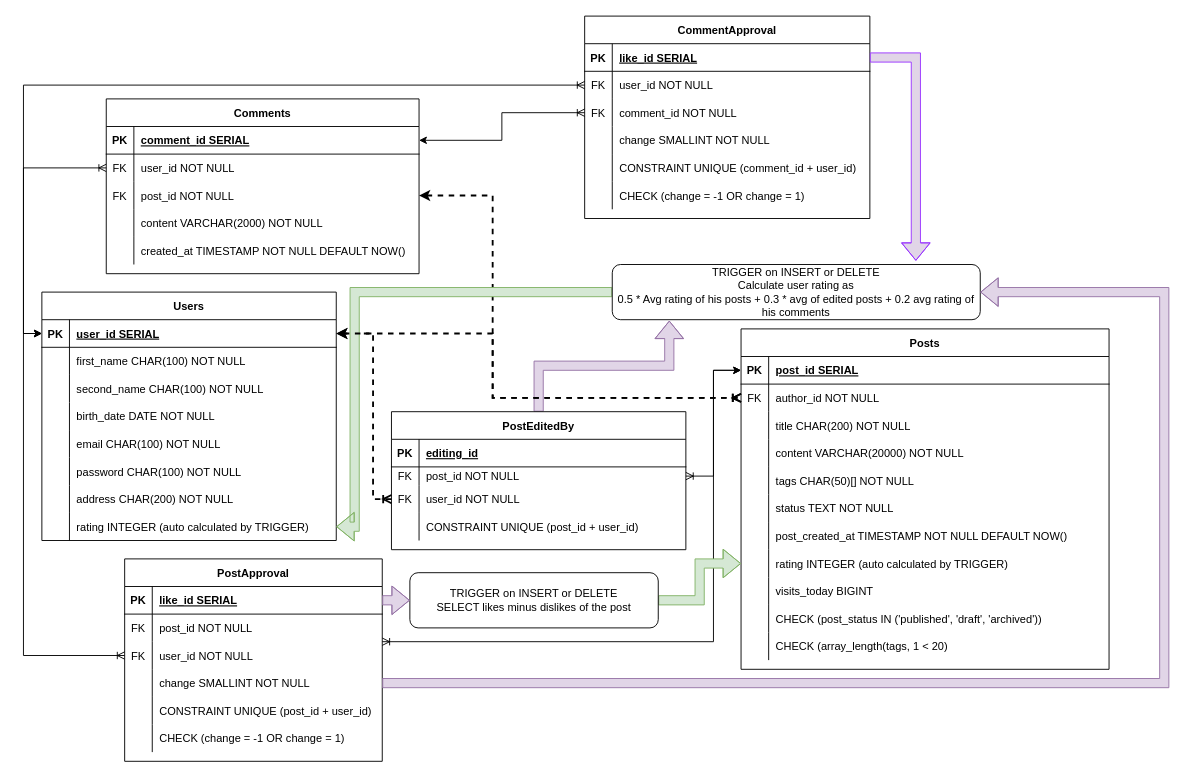
Before: src/psql/design.drawio in darklab8/darklab_training_postgresql, a draw.io diagram. Source tidied: cells renumbered, new cells numbered last; positions are measured from the earlier drawing's top-left corner, leaving out a move shared by most shapes. Both pictures are drawn from the tidied source at 92%, with x=0, y=0 at pixel (41, 16).
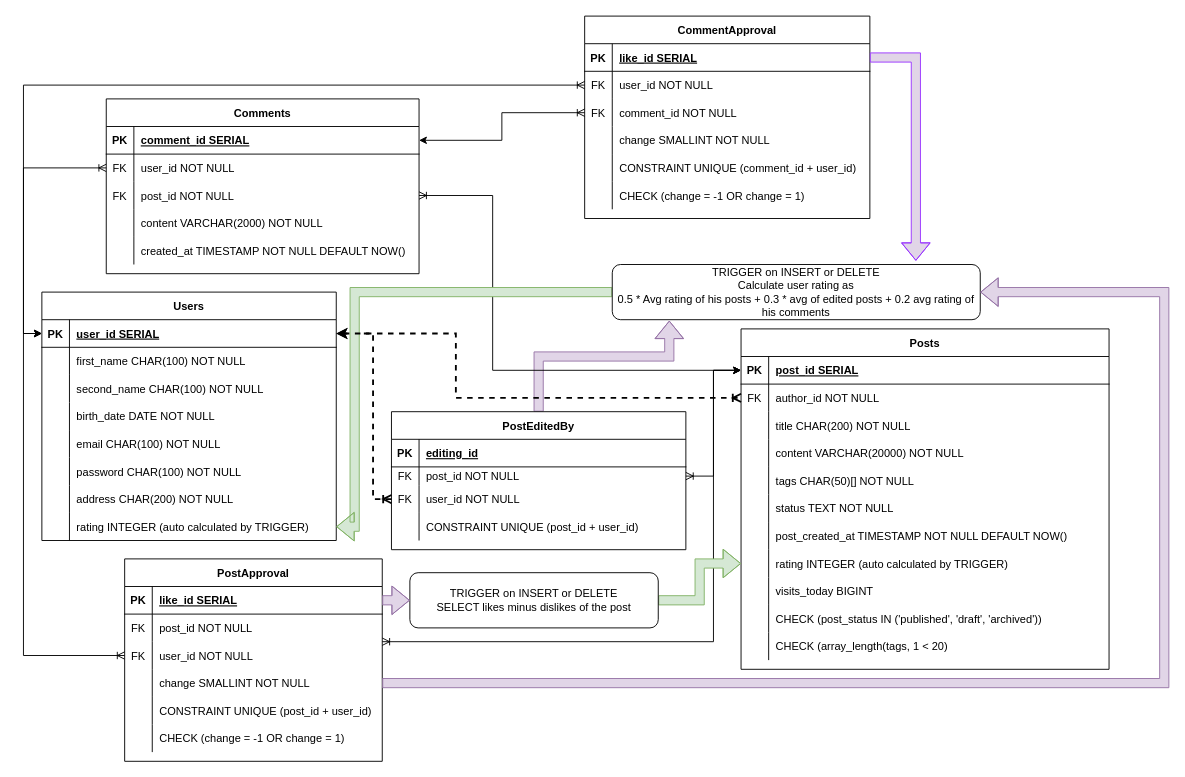
After the change.

The change refers to these unchanged cells:
```xml
<mxCell id="3" style="shape=partialRectangle;fillColor=none;points=[[0,0.5],[1,0.5]];portConstraint=eastwest;top=0;left=0;right=0;bottom=1;" parent="2" vertex="1">
  <mxGeometry y="30" width="320" height="30" as="geometry" />
</mxCell>
<mxCell id="28" style="shape=tableRow;horizontal=0;startSize=0;swimlaneHead=0;swimlaneBody=0;fillColor=none;points=[[0,0.5],[1,0.5]];portConstraint=eastwest;top=0;left=0;right=0;bottom=1;" parent="27" vertex="1">
  <mxGeometry y="30" width="400" height="30" as="geometry" />
</mxCell>
<mxCell id="31" style="shape=tableRow;horizontal=0;startSize=0;swimlaneHead=0;swimlaneBody=0;fillColor=none;points=[[0,0.5],[1,0.5]];portConstraint=eastwest;top=0;left=0;right=0;bottom=0;" parent="27" vertex="1">
  <mxGeometry y="60" width="400" height="30" as="geometry" />
</mxCell>
<mxCell id="89" style="shape=tableRow;horizontal=0;startSize=0;swimlaneHead=0;swimlaneBody=0;fillColor=none;points=[[0,0.5],[1,0.5]];portConstraint=eastwest;top=0;left=0;right=0;bottom=0;" parent="82" vertex="1">
  <mxGeometry y="90" width="340" height="30" as="geometry" />
</mxCell>
<mxCell id="120" value="PostEditedBy" style="shape=table;startSize=30;childLayout=tableLayout;rowLines=0;fontStyle=1;align=center;" parent="1" vertex="1">
  <mxGeometry x="380" y="430" width="320" height="150" as="geometry" />
</mxCell>
<mxCell id="141" value="TRIGGER on INSERT or DELETE&lt;br&gt;Calculate user rating as&lt;br&gt;0.5 * Avg rating of his posts + 0.3 * avg of edited posts + 0.2 avg rating of his comments" style="rounded=1;whiteSpace=wrap;html=1;" parent="1" vertex="1">
  <mxGeometry x="620" y="270" width="400" height="60" as="geometry" />
</mxCell>
```

Diff of the diagram source:
```diff
@@
     <mxCell id="119" style="edgeStyle=orthogonalEdgeStyle;shape=flexArrow;rounded=0;jettySize=auto;html=1;entryX=0.155;entryY=1.017;entryDx=0;entryDy=0;entryPerimeter=0;strokeColor=#9673a6;fillColor=#e1d5e7;" parent="1" edge="1" source="120" target="141">
-      <mxGeometry relative="1" as="geometry" />
+      <mxGeometry relative="1" as="geometry">
+        <Array as="points">
+          <mxPoint x="540" y="370" />
+          <mxPoint x="682" y="370" />
+        </Array>
+      </mxGeometry>
     </mxCell>
@@
-    <mxCell id="135" style="edgeStyle=orthogonalEdgeStyle;rounded=0;jumpStyle=none;jettySize=auto;html=1;startArrow=classic;startFill=1;endArrow=ERoneToMany;endFill=0;strokeWidth=2;dashed=1;" parent="1" edge="1" source="89">
+    <mxCell id="135" style="edgeStyle=orthogonalEdgeStyle;rounded=0;jumpStyle=none;jettySize=auto;html=1;startArrow=ERoneToMany;startFill=0;endArrow=classic;endFill=1;strokeWidth=1;entryX=0;entryY=0.5;entryDx=0;entryDy=0;" parent="1" edge="1" source="89" target="28">
       <mxGeometry relative="1" as="geometry">
-        <mxPoint x="760" y="415" as="targetPoint" />
         <Array as="points">
           <mxPoint x="490" y="195" />
-          <mxPoint x="490" y="415" />
+          <mxPoint x="490" y="385" />
         </Array>
       </mxGeometry>
     </mxCell>
@@
     <mxCell id="144" style="edgeStyle=orthogonalEdgeStyle;rounded=0;jettySize=auto;html=1;dashed=1;startArrow=classic;startFill=1;endArrow=ERoneToMany;endFill=0;strokeColor=#000000;strokeWidth=2;" parent="1" edge="1" source="3" target="31">
       <mxGeometry relative="1" as="geometry">
         <Array as="points">
-          <mxPoint x="490" y="345" />
-          <mxPoint x="490" y="415" />
+          <mxPoint x="450" y="345" />
+          <mxPoint x="450" y="415" />
         </Array>
       </mxGeometry>
     </mxCell>
```
